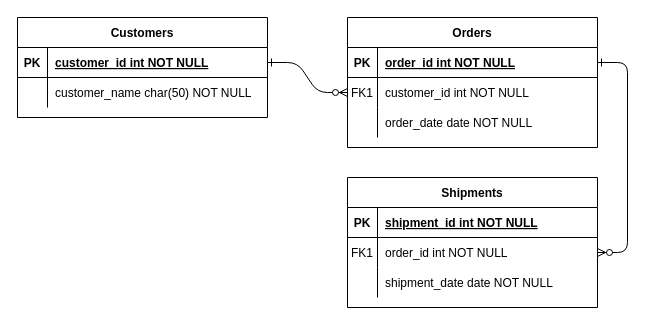
Above: W3activity1.drawio in keibee-yod-bst/2814ICT (draw.io), before the change. Source tidied: cells renumbered, new cells numbered last; positions are measured from the earlier drawing's top-left corner, leaving out a move shared by most shapes. Both pictures are drawn from the tidied source at 100%, with x=0, y=0 at pixel (17, 17).
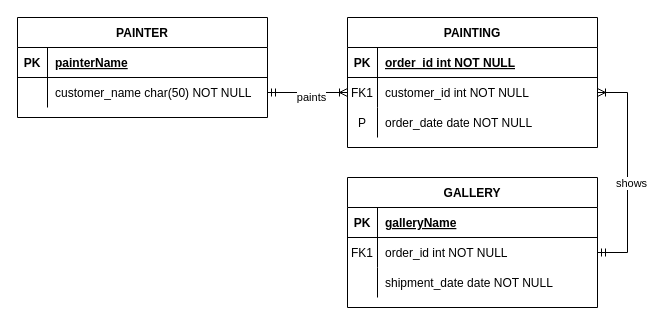
Above is the later version.

Unchanged cells that the change refers to:
```xml
<mxCell id="5" style="shape=partialRectangle;fillColor=none;points=[[0,0.5],[1,0.5]];portConstraint=eastwest;top=0;left=0;right=0;bottom=1;" parent="4" vertex="1">
  <mxGeometry y="30" width="250" height="30" as="geometry" />
</mxCell>
<mxCell id="8" style="shape=partialRectangle;fillColor=none;points=[[0,0.5],[1,0.5]];portConstraint=eastwest;top=0;left=0;right=0;bottom=0;" parent="4" vertex="1">
  <mxGeometry y="60" width="250" height="30" as="geometry" />
</mxCell>
<mxCell id="11" style="shape=partialRectangle;fillColor=none;top=0;left=0;right=0;bottom=0;" parent="4" vertex="1">
  <mxGeometry y="90" width="250" height="30" as="geometry" />
</mxCell>
<mxCell id="15" style="shape=partialRectangle;fillColor=none;top=0;left=0;right=0;bottom=1;" parent="14" vertex="1">
  <mxGeometry y="30" width="250" height="30" as="geometry" />
</mxCell>
<mxCell id="18" style="shape=partialRectangle;fillColor=none;points=[[0,0.5],[1,0.5]];portConstraint=eastwest;top=0;left=0;right=0;bottom=0;" parent="14" vertex="1">
  <mxGeometry y="60" width="250" height="30" as="geometry" />
</mxCell>
<mxCell id="25" style="shape=partialRectangle;fillColor=none;points=[[0,0.5],[1,0.5]];portConstraint=eastwest;top=0;left=0;right=0;bottom=1;" parent="24" vertex="1">
  <mxGeometry y="30" width="250" height="30" as="geometry" />
</mxCell>
<mxCell id="28" style="shape=partialRectangle;fillColor=none;points=[[0,0.5],[1,0.5]];portConstraint=eastwest;top=0;left=0;right=0;bottom=0;" parent="24" vertex="1">
  <mxGeometry y="60" width="250" height="30" as="geometry" />
</mxCell>
```

What changed in the source:
```diff
@@
-    <mxCell id="2" style="edgeStyle=entityRelationEdgeStyle;endArrow=ERzeroToMany;startArrow=ERone;endFill=1;startFill=0;" parent="1" edge="1" source="25" target="8">
-      <mxGeometry relative="1" as="geometry" />
-    </mxCell>
-    <mxCell id="3" style="edgeStyle=entityRelationEdgeStyle;endArrow=ERzeroToMany;startArrow=ERone;endFill=1;startFill=0;" parent="1" edge="1" source="5" target="18">
-      <mxGeometry relative="1" as="geometry" />
-    </mxCell>
-    <mxCell id="4" value="Orders" style="shape=table;startSize=30;childLayout=tableLayout;rowLines=0;fontStyle=1;align=center;" parent="1" vertex="1">
+    <mxCell id="4" value="PAINTING" style="shape=table;startSize=30;childLayout=tableLayout;rowLines=0;fontStyle=1;align=center;" parent="1" vertex="1">
       <mxGeometry x="330" width="250" height="130" as="geometry" />
     </mxCell>
@@
-    <mxCell id="12" style="shape=partialRectangle;overflow=hidden;fillColor=none;top=0;left=0;bottom=0;right=0;" parent="11" vertex="1">
+    <mxCell id="12" value="P" style="shape=partialRectangle;overflow=hidden;fillColor=none;top=0;left=0;bottom=0;right=0;" parent="11" vertex="1">
       <mxGeometry width="30" height="30" as="geometry" />
     </mxCell>
@@
-    <mxCell id="14" value="Shipments" style="shape=table;startSize=30;childLayout=tableLayout;rowLines=0;fontStyle=1;align=center;" parent="1" vertex="1">
+    <mxCell id="14" value="GALLERY" style="shape=table;startSize=30;childLayout=tableLayout;rowLines=0;fontStyle=1;align=center;" parent="1" vertex="1">
       <mxGeometry x="330" y="160" width="250" height="130" as="geometry" />
     </mxCell>
@@
-    <mxCell id="17" value="shipment_id int NOT NULL " style="shape=partialRectangle;overflow=hidden;fillColor=none;top=0;left=0;bottom=0;right=0;align=left;spacingLeft=6;fontStyle=5;" parent="15" vertex="1">
+    <mxCell id="17" value="galleryName" style="shape=partialRectangle;overflow=hidden;fillColor=none;top=0;left=0;bottom=0;right=0;align=left;spacingLeft=6;fontStyle=5;" parent="15" vertex="1">
       <mxGeometry x="30" width="220" height="30" as="geometry" />
     </mxCell>
@@
-    <mxCell id="24" value="Customers" style="shape=table;startSize=30;childLayout=tableLayout;rowLines=0;fontStyle=1;align=center;" parent="1" vertex="1">
+    <mxCell id="24" value="PAINTER" style="shape=table;startSize=30;childLayout=tableLayout;rowLines=0;fontStyle=1;align=center;" parent="1" vertex="1">
       <mxGeometry width="250" height="100" as="geometry" />
     </mxCell>
@@
-    <mxCell id="27" value="customer_id int NOT NULL " style="shape=partialRectangle;overflow=hidden;fillColor=none;top=0;left=0;bottom=0;right=0;align=left;spacingLeft=6;fontStyle=5;" parent="25" vertex="1">
+    <mxCell id="27" value="painterName" style="shape=partialRectangle;overflow=hidden;fillColor=none;top=0;left=0;bottom=0;right=0;align=left;spacingLeft=6;fontStyle=5;" parent="25" vertex="1">
       <mxGeometry x="30" width="220" height="30" as="geometry" />
     </mxCell>
@@
+    <mxCell id="31" style="edgeStyle=entityRelationEdgeStyle;fontSize=12;html=1;endArrow=ERoneToMany;startArrow=ERmandOne;rounded=0;exitX=1;exitY=0.5;exitDx=0;exitDy=0;entryX=0;entryY=0.5;entryDx=0;entryDy=0;" parent="1" edge="1" source="28" target="8">
+      <mxGeometry relative="1" as="geometry" />
+    </mxCell>
+    <mxCell id="32" value="paints" style="edgeLabel;html=1;align=center;verticalAlign=middle;" parent="31" vertex="1">
+      <mxGeometry x="0.07" y="-4" relative="1" as="geometry" />
+    </mxCell>
+    <mxCell id="33" style="edgeStyle=entityRelationEdgeStyle;fontSize=12;html=1;endArrow=ERoneToMany;startArrow=ERmandOne;rounded=0;exitX=1;exitY=0.5;exitDx=0;exitDy=0;entryX=1;entryY=0.5;entryDx=0;entryDy=0;" parent="1" edge="1" source="18" target="8">
+      <mxGeometry relative="1" as="geometry" />
+    </mxCell>
+    <mxCell id="34" value="shows" style="edgeLabel;html=1;align=center;verticalAlign=middle;" parent="33" vertex="1">
+      <mxGeometry x="-0.09" y="-3" relative="1" as="geometry" />
+    </mxCell>
```
